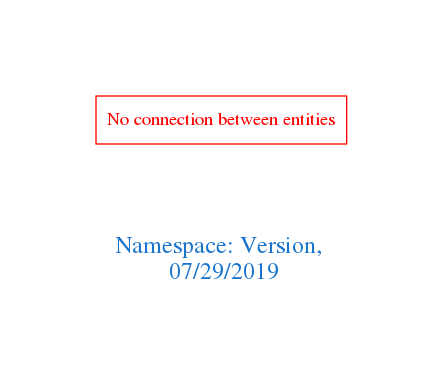
The Graphviz diagram downloads/Version.png in arago/OGIT, before a commit. Its source is kept beside it as downloads/Version.dot.
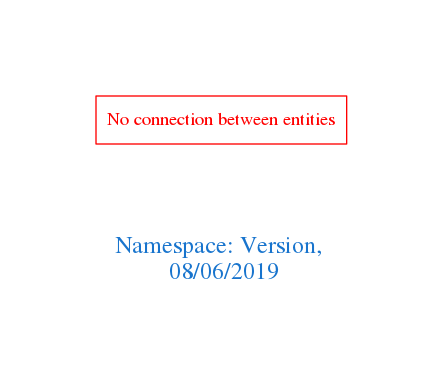
Above is the later version.

The edit, as a diff of the source:
```diff
@@ -1,7 +1,7 @@
 digraph OGIT_ontology {
  graph [ rankdir= LR,pad=1
 fontsize = 18,
-fontcolor= dodgerblue3,label = "\n\n\nNamespace: Version, \n 07/29/2019"];
+fontcolor= dodgerblue3,label = "\n\n\nNamespace: Version, \n 08/06/2019"];
 node[shape=polygon];
 edge [  color="gray81"];
 
```
